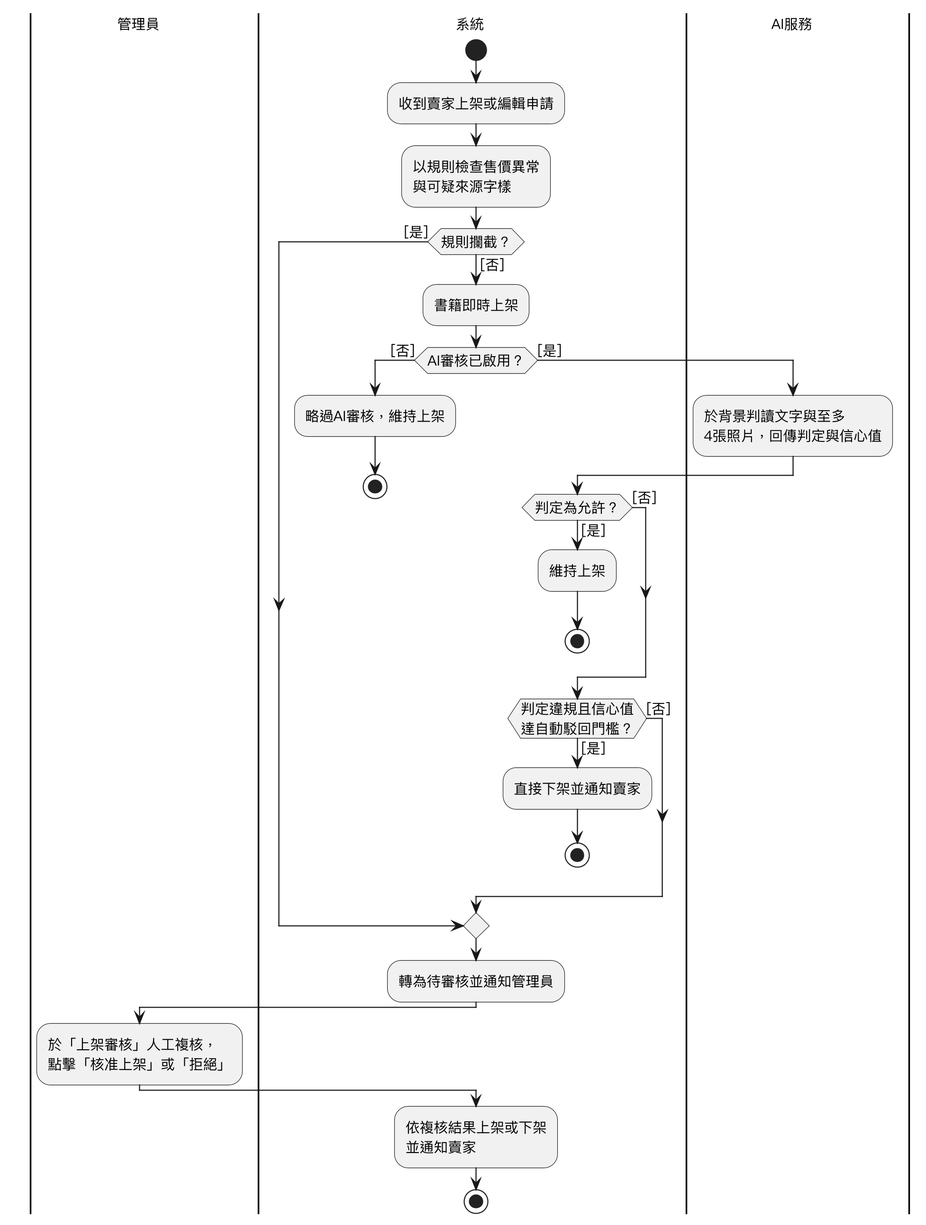
Above: Diagrams/Activity diagram/v3/uc13.png in SaveMyBook/SaveMyBook (PlantUML), before the change.
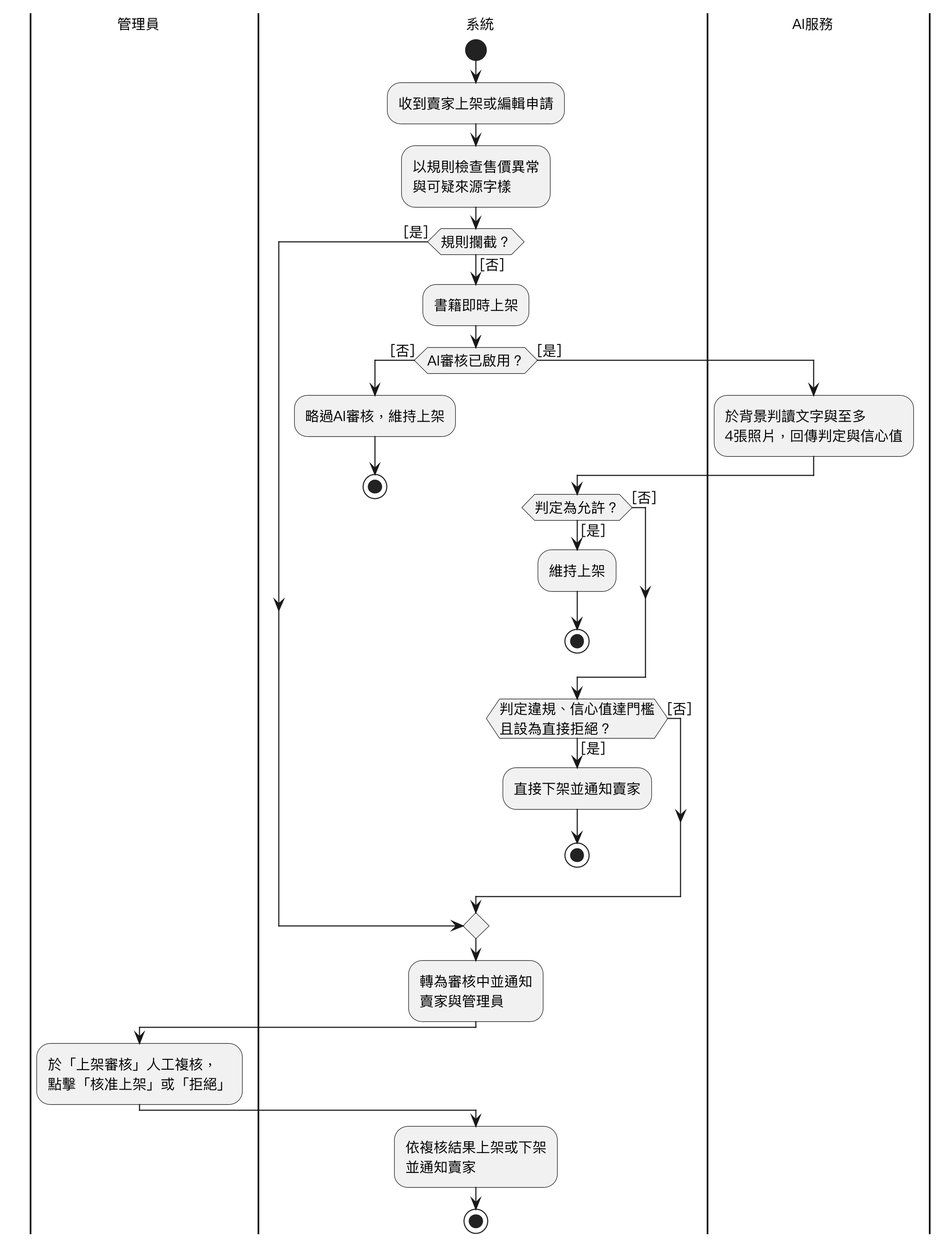
After the change.

Diff of the diagram source:
```diff
@@ -24,7 +24,7 @@
       stop
     else ([否])
     endif
-    if (判定違規且信心值\n達自動駁回門檻？) then ([是])
+    if (判定違規、信心值達門檻\n且設為直接拒絕？) then ([是])
       :直接下架並通知賣家;
       stop
     else ([否])
@@ -32,7 +32,7 @@
   endif
 else ([是])
 endif
-:轉為待審核並通知管理員;
+:轉為審核中並通知\n賣家與管理員;
 |管理員|
 :於「上架審核」人工複核，\n點擊「核准上架」或「拒絕」;
 |系統|
```
